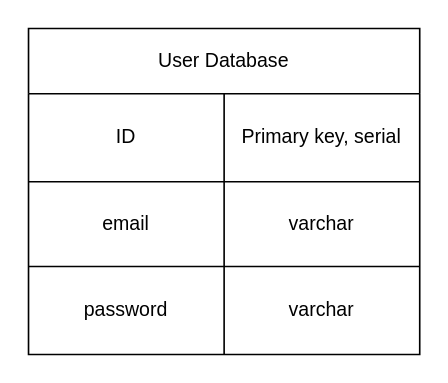
Above: Megnevezetlen diagram.drawio in MagyarMate/drawio_drawings (draw.io), before the change. Source tidied: cells renumbered, new cells numbered last; positions are measured from the earlier drawing's top-left corner, leaving out a move shared by most shapes. Both pictures are drawn from the tidied source at 163%, with x=0, y=0 at pixel (28, 28).
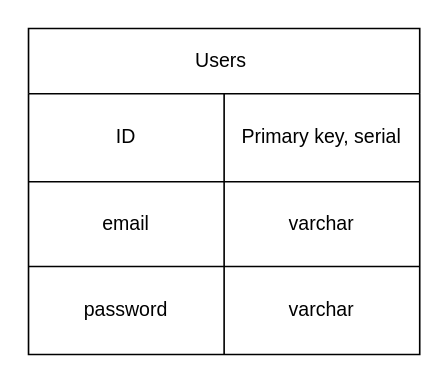
After the change.

Diff of the diagram source:
```diff
@@
 <mxGraphModel>
   <root>
     <mxCell id="0" />
     <mxCell id="1" parent="0" />
-    <mxCell id="2" value="User Database" style="shape=table;html=1;whiteSpace=wrap;startSize=40;childLayout=tableLayout;swimlaneFillColor=none;" parent="1" vertex="1">
+    <mxCell id="2" value="Users&amp;nbsp;" style="shape=table;html=1;whiteSpace=wrap;startSize=40;childLayout=tableLayout;swimlaneFillColor=none;" parent="1" vertex="1">
       <mxGeometry width="240" height="200" as="geometry" />
     </mxCell>
     <mxCell id="3" style="shape=tableRow;horizontal=0;startSize=0;swimlaneHead=0;swimlaneBody=0;top=0;left=0;bottom=0;right=0;fillColor=none;" parent="2" vertex="1">
       <mxGeometry y="40" width="240" height="54" as="geometry" />
     </mxCell>
     <mxCell id="4" value="ID" style="shape=partialRectangle;html=1;whiteSpace=wrap;fillColor=none;top=0;left=0;bottom=0;right=0;overflow=hidden;" parent="3" vertex="1">
       <mxGeometry width="120" height="54" as="geometry" />
     </mxCell>
     <mxCell id="5" value="Primary key, serial" style="shape=partialRectangle;html=1;whiteSpace=wrap;fillColor=none;top=0;left=0;bottom=0;right=0;overflow=hidden;" parent="3" vertex="1">
       <mxGeometry x="120" width="120" height="54" as="geometry" />
     </mxCell>
     <mxCell id="6" style="shape=tableRow;horizontal=0;startSize=0;swimlaneHead=0;swimlaneBody=0;top=0;left=0;bottom=0;right=0;fillColor=none;" parent="2" vertex="1">
       <mxGeometry y="94" width="240" height="52" as="geometry" />
     </mxCell>
     <mxCell id="7" value="email" style="shape=partialRectangle;html=1;whiteSpace=wrap;fillColor=none;top=0;left=0;bottom=0;right=0;overflow=hidden;" parent="6" vertex="1">
       <mxGeometry width="120" height="52" as="geometry" />
     </mxCell>
     <mxCell id="8" value="varchar" style="shape=partialRectangle;html=1;whiteSpace=wrap;fillColor=none;top=0;left=0;bottom=0;right=0;overflow=hidden;" parent="6" vertex="1">
       <mxGeometry x="120" width="120" height="52" as="geometry" />
     </mxCell>
     <mxCell id="9" style="shape=tableRow;horizontal=0;startSize=0;swimlaneHead=0;swimlaneBody=0;top=0;left=0;bottom=0;right=0;fillColor=none;" parent="2" vertex="1">
       <mxGeometry y="146" width="240" height="54" as="geometry" />
     </mxCell>
     <mxCell id="10" value="password" style="shape=partialRectangle;html=1;whiteSpace=wrap;fillColor=none;top=0;left=0;bottom=0;right=0;overflow=hidden;" parent="9" vertex="1">
       <mxGeometry width="120" height="54" as="geometry" />
     </mxCell>
     <mxCell id="11" value="varchar" style="shape=partialRectangle;html=1;whiteSpace=wrap;fillColor=none;top=0;left=0;bottom=0;right=0;overflow=hidden;" parent="9" vertex="1">
       <mxGeometry x="120" width="120" height="54" as="geometry" />
     </mxCell>
   </root>
 </mxGraphModel>
```
